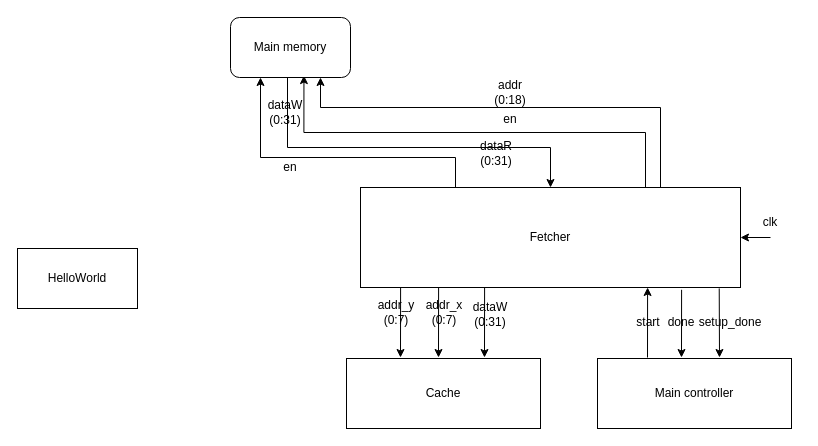
tjarker/edge-detection-accelerator keeps this draw.io diagram as doc/toplevel.drawio. Above is the earlier version. Source tidied: cells renumbered, new cells numbered last; positions are measured from the earlier drawing's top-left corner, leaving out a move shared by most shapes. Both pictures are drawn from the tidied source at 100%, with x=0, y=0 at pixel (17, 17).
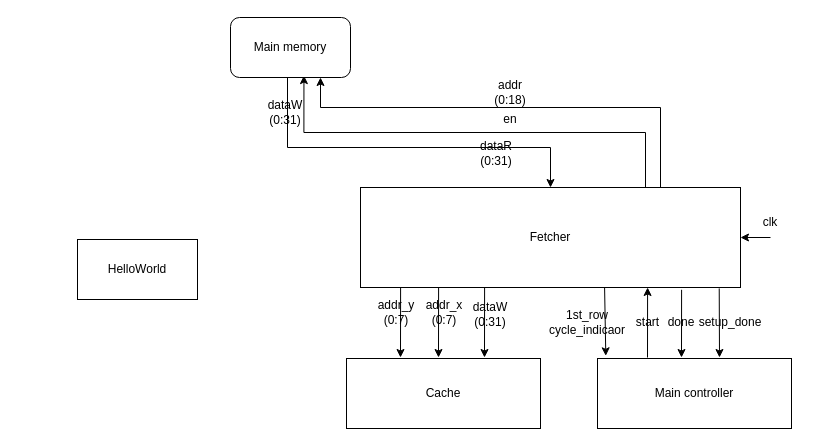
Above is the later version.

Commit message:
updated fetcher outputs

The change refers to these unchanged cells:
```xml
<mxCell id="7" value="Fetcher" style="rounded=0;whiteSpace=wrap;html=1;" parent="1" vertex="1">
  <mxGeometry x="343" y="170" width="380" height="100" as="geometry" />
</mxCell>
<mxCell id="20" value="Main memory" style="rounded=1;whiteSpace=wrap;html=1;" parent="1" vertex="1">
  <mxGeometry x="213" width="120" height="60" as="geometry" />
</mxCell>
```

What changed in the source:
```diff
@@
     <mxCell id="2" value="HelloWorld" style="rounded=0;whiteSpace=wrap;html=1;" parent="1" vertex="1">
-      <mxGeometry y="231" width="120" height="60" as="geometry" />
+      <mxGeometry x="60" y="222" width="120" height="60" as="geometry" />
     </mxCell>
@@
-    <mxCell id="6" style="edgeStyle=orthogonalEdgeStyle;rounded=0;jettySize=auto;html=1;exitX=0.25;exitY=0;exitDx=0;exitDy=0;entryX=0.25;entryY=1;entryDx=0;entryDy=0;startArrow=none;startFill=0;endArrow=classic;endFill=1;" parent="1" edge="1" source="7" target="20">
-      <mxGeometry relative="1" as="geometry">
-        <Array as="points">
-          <mxPoint x="438" y="140" />
-          <mxPoint x="243" y="140" />
-        </Array>
-      </mxGeometry>
-    </mxCell>
@@
     <mxCell id="13" value="start" style="text;html=1;strokeColor=none;fillColor=none;align=center;verticalAlign=middle;whiteSpace=wrap;rounded=0;" parent="1" vertex="1">
-      <mxGeometry x="601" y="290" width="60" height="30" as="geometry" />
+      <mxGeometry x="600" y="290" width="61" height="30" as="geometry" />
     </mxCell>
@@
-    <mxCell id="29" value="en" style="text;html=1;strokeColor=none;fillColor=none;align=center;verticalAlign=middle;whiteSpace=wrap;rounded=0;" parent="1" vertex="1">
-      <mxGeometry x="243" y="135" width="60" height="30" as="geometry" />
-    </mxCell>
+    <mxCell id="30" style="endArrow=classic;html=1;rounded=0;entryX=0.089;entryY=-0.039;entryDx=0;entryDy=0;entryPerimeter=0;exitX=0.666;exitY=1.004;exitDx=0;exitDy=0;exitPerimeter=0;" parent="1" edge="1">
+      <mxGeometry relative="1" as="geometry">
+        <mxPoint x="587.1" y="270.4" as="sourcePoint" />
+        <mxPoint x="588.3" y="338.3" as="targetPoint" />
+      </mxGeometry>
+    </mxCell>
+    <mxCell id="31" value="1st_row&lt;br&gt;cycle_indicaor&lt;br&gt;" style="text;html=1;strokeColor=none;fillColor=none;align=center;verticalAlign=middle;whiteSpace=wrap;rounded=0;" parent="1" vertex="1">
+      <mxGeometry x="540" y="290" width="60" height="30" as="geometry" />
+    </mxCell>
```
